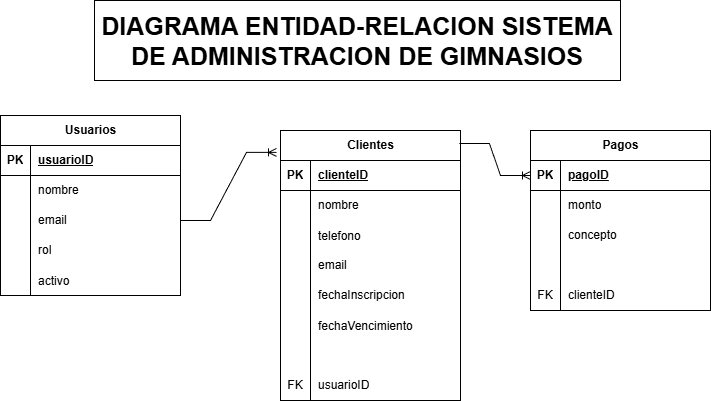
Above: sistemaGym.png in Carlos-777-siuu/gym-api (draw.io), before the change. Source tidied: cells renumbered, new cells last; positions are measured from the earlier drawing's top-left corner, leaving out a move shared by most shapes.
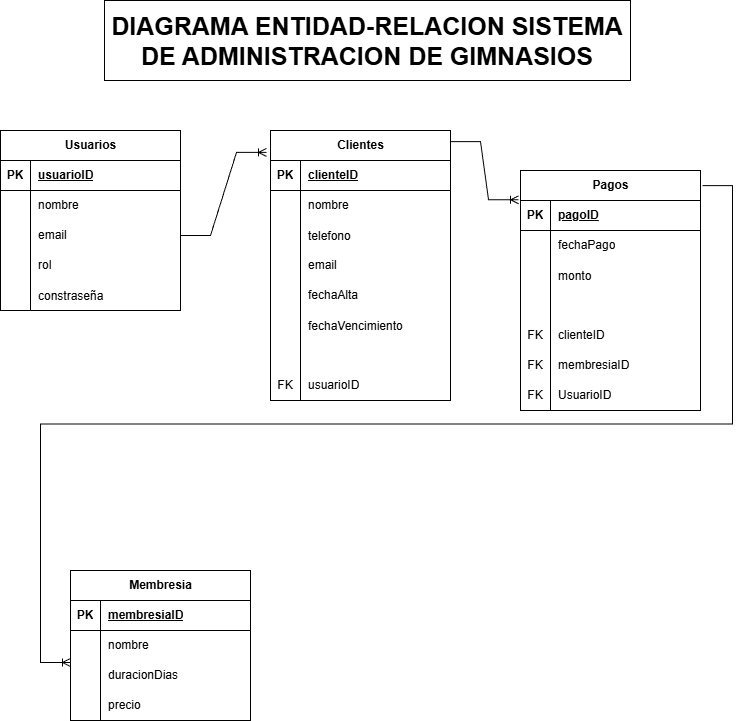
Later version of the same file.

Commit message:
Version mejorada del diagrama entidad relacion

Diff of the diagram source:
```diff
@@ -3,7 +3,7 @@
     <mxCell id="0" />
     <mxCell id="1" parent="0" />
     <mxCell id="2" value="Usuarios" style="shape=table;startSize=30;rowLines=0;fontStyle=1;align=center;html=1;" parent="1" vertex="1">
-      <mxGeometry y="115" width="180" height="180" as="geometry" />
+      <mxGeometry x="-10" y="130" width="180" height="180" as="geometry" />
     </mxCell>
     <mxCell id="3" style="shape=tableRow;horizontal=0;startSize=0;swimlaneHead=0;swimlaneBody=0;fillColor=none;top=0;left=0;right=0;bottom=1;" parent="2" vertex="1">
       <mxGeometry y="30" width="180" height="30" as="geometry" />
@@ -47,11 +47,11 @@
     <mxCell id="16" style="shape=partialRectangle;fillColor=none;top=0;left=0;bottom=0;right=0;overflow=hidden;" parent="15" vertex="1">
       <mxGeometry width="30" height="30" as="geometry" />
     </mxCell>
-    <mxCell id="17" value="activo" style="shape=partialRectangle;fillColor=none;top=0;left=0;bottom=0;right=0;align=left;spacingLeft=6;overflow=hidden;" parent="15" vertex="1">
+    <mxCell id="17" value="constraseña" style="shape=partialRectangle;fillColor=none;top=0;left=0;bottom=0;right=0;align=left;spacingLeft=6;overflow=hidden;" parent="15" vertex="1">
       <mxGeometry x="30" width="150" height="30" as="geometry" />
     </mxCell>
     <mxCell id="18" value="Clientes" style="shape=table;startSize=30;rowLines=0;fontStyle=1;align=center;html=1;" parent="1" vertex="1">
-      <mxGeometry x="280" y="130" width="180" height="270" as="geometry" />
+      <mxGeometry x="260" y="130" width="180" height="270" as="geometry" />
     </mxCell>
     <mxCell id="19" style="shape=tableRow;horizontal=0;startSize=0;swimlaneHead=0;swimlaneBody=0;fillColor=none;top=0;left=0;right=0;bottom=1;" parent="18" vertex="1">
       <mxGeometry y="30" width="180" height="30" as="geometry" />
@@ -95,7 +95,7 @@
     <mxCell id="32" style="shape=partialRectangle;fillColor=none;top=0;left=0;bottom=0;right=0;overflow=hidden;whiteSpace=wrap;html=1;" parent="31" vertex="1">
       <mxGeometry width="30" height="30" as="geometry" />
     </mxCell>
-    <mxCell id="33" value="fechaInscripcion" style="shape=partialRectangle;fillColor=none;top=0;left=0;bottom=0;right=0;align=left;spacingLeft=6;overflow=hidden;whiteSpace=wrap;html=1;" parent="31" vertex="1">
+    <mxCell id="33" value="fechaAlta" style="shape=partialRectangle;fillColor=none;top=0;left=0;bottom=0;right=0;align=left;spacingLeft=6;overflow=hidden;whiteSpace=wrap;html=1;" parent="31" vertex="1">
       <mxGeometry x="30" width="150" height="30" as="geometry" />
     </mxCell>
     <mxCell id="34" style="shape=tableRow;horizontal=0;startSize=0;swimlaneHead=0;swimlaneBody=0;fillColor=none;top=0;left=0;right=0;bottom=0;" parent="18" vertex="1">
@@ -107,13 +107,13 @@
     <mxCell id="36" value="fechaVencimiento" style="shape=partialRectangle;fillColor=none;top=0;left=0;bottom=0;right=0;align=left;spacingLeft=6;overflow=hidden;" parent="34" vertex="1">
       <mxGeometry x="30" width="150" height="30" as="geometry" />
     </mxCell>
-    <mxCell id="37" style="shape=tableRow;horizontal=0;startSize=0;swimlaneHead=0;swimlaneBody=0;fillColor=none;top=0;left=0;right=0;bottom=0;" parent="18" vertex="1">
-      <mxGeometry y="210" width="180" height="30" as="geometry" />
-    </mxCell>
-    <mxCell id="38" style="shape=partialRectangle;fillColor=none;top=0;left=0;bottom=0;right=0;overflow=hidden;" parent="37" vertex="1">
-      <mxGeometry width="30" height="30" as="geometry" />
-    </mxCell>
+    <mxCell id="62" style="shape=tableRow;horizontal=0;startSize=0;swimlaneHead=0;swimlaneBody=0;fillColor=none;top=0;left=0;right=0;bottom=0;" parent="18" vertex="1">
+      <mxGeometry y="210" width="180" height="30" as="geometry" />
+    </mxCell>
+    <mxCell id="63" style="shape=partialRectangle;fillColor=none;top=0;left=0;bottom=0;right=0;overflow=hidden;" parent="62" vertex="1">
+      <mxGeometry width="30" height="30" as="geometry" />
+    </mxCell>
-    <mxCell id="39" style="shape=partialRectangle;fillColor=none;top=0;left=0;bottom=0;right=0;align=left;spacingLeft=6;overflow=hidden;" parent="37" vertex="1">
+    <mxCell id="39" style="shape=partialRectangle;fillColor=none;top=0;left=0;bottom=0;right=0;align=left;spacingLeft=6;overflow=hidden;" parent="62" vertex="1">
       <mxGeometry x="30" width="150" height="30" as="geometry" />
     </mxCell>
     <mxCell id="40" style="shape=tableRow;horizontal=0;startSize=0;swimlaneHead=0;swimlaneBody=0;fillColor=none;top=0;left=0;right=0;bottom=0;" parent="18" vertex="1">
@@ -129,7 +129,7 @@
       <mxGeometry relative="1" as="geometry" />
     </mxCell>
     <mxCell id="44" value="Pagos" style="shape=table;startSize=30;rowLines=0;fontStyle=1;align=center;html=1;" parent="1" vertex="1">
-      <mxGeometry x="530" y="130" width="180" height="180" as="geometry" />
+      <mxGeometry x="510" y="170" width="180" height="240" as="geometry" />
     </mxCell>
     <mxCell id="45" style="shape=tableRow;horizontal=0;startSize=0;swimlaneHead=0;swimlaneBody=0;fillColor=none;points=[[0,0.5],[1,0.5]];portConstraint=eastwest;top=0;left=0;right=0;bottom=1;" parent="44" vertex="1">
       <mxGeometry y="30" width="180" height="30" as="geometry" />
@@ -146,18 +146,18 @@
     <mxCell id="49" style="shape=partialRectangle;fillColor=none;top=0;left=0;bottom=0;right=0;overflow=hidden;whiteSpace=wrap;html=1;" parent="48" vertex="1">
       <mxGeometry width="30" height="30" as="geometry" />
     </mxCell>
-    <mxCell id="50" value="monto" style="shape=partialRectangle;fillColor=none;top=0;left=0;bottom=0;right=0;align=left;spacingLeft=6;overflow=hidden;whiteSpace=wrap;html=1;" parent="48" vertex="1">
+    <mxCell id="50" value="fechaPago" style="shape=partialRectangle;fillColor=none;top=0;left=0;bottom=0;right=0;align=left;spacingLeft=6;overflow=hidden;whiteSpace=wrap;html=1;" parent="48" vertex="1">
       <mxGeometry x="30" width="150" height="30" as="geometry" />
     </mxCell>
-    <mxCell id="51" style="shape=tableRow;horizontal=0;startSize=0;swimlaneHead=0;swimlaneBody=0;fillColor=none;top=0;left=0;right=0;bottom=0;" parent="44" vertex="1">
-      <mxGeometry y="90" width="180" height="30" as="geometry" />
-    </mxCell>
-    <mxCell id="52" style="shape=partialRectangle;fillColor=none;top=0;left=0;bottom=0;right=0;overflow=hidden;whiteSpace=wrap;html=1;" parent="51" vertex="1">
-      <mxGeometry width="30" height="30" as="geometry" />
-    </mxCell>
-    <mxCell id="53" value="concepto" style="shape=partialRectangle;fillColor=none;top=0;left=0;bottom=0;right=0;align=left;spacingLeft=6;overflow=hidden;whiteSpace=wrap;html=1;" parent="51" vertex="1">
-      <mxGeometry x="30" width="150" height="30" as="geometry" />
-    </mxCell>
+    <mxCell id="64" style="shape=tableRow;horizontal=0;startSize=0;swimlaneHead=0;swimlaneBody=0;fillColor=none;top=0;left=0;right=0;bottom=0;" parent="44" vertex="1">
+      <mxGeometry y="90" width="180" height="30" as="geometry" />
+    </mxCell>
+    <mxCell id="65" style="shape=partialRectangle;fillColor=none;top=0;left=0;bottom=0;right=0;overflow=hidden;" parent="64" vertex="1">
+      <mxGeometry width="30" height="30" as="geometry" />
+    </mxCell>
+    <mxCell id="66" value="monto" style="shape=partialRectangle;fillColor=none;top=0;left=0;bottom=0;right=0;align=left;spacingLeft=6;overflow=hidden;" parent="64" vertex="1">
+      <mxGeometry x="30" width="150" height="30" as="geometry" />
+    </mxCell>
     <mxCell id="54" style="shape=tableRow;horizontal=0;startSize=0;swimlaneHead=0;swimlaneBody=0;fillColor=none;top=0;left=0;right=0;bottom=0;" parent="44" vertex="1">
       <mxGeometry y="120" width="180" height="30" as="geometry" />
     </mxCell>
@@ -176,11 +176,73 @@
     <mxCell id="59" value="clienteID" style="shape=partialRectangle;fillColor=none;top=0;left=0;bottom=0;right=0;align=left;spacingLeft=6;fontStyle=0;overflow=hidden;whiteSpace=wrap;html=1;" parent="57" vertex="1">
       <mxGeometry x="30" width="150" height="30" as="geometry" />
     </mxCell>
+    <mxCell id="67" style="shape=tableRow;horizontal=0;startSize=0;swimlaneHead=0;swimlaneBody=0;fillColor=none;top=0;left=0;right=0;bottom=0;" parent="44" vertex="1">
+      <mxGeometry y="180" width="180" height="30" as="geometry" />
+    </mxCell>
+    <mxCell id="68" value="FK" style="shape=partialRectangle;fillColor=none;top=0;left=0;bottom=0;right=0;fontStyle=0;overflow=hidden;whiteSpace=wrap;html=1;" parent="67" vertex="1">
+      <mxGeometry width="30" height="30" as="geometry" />
+    </mxCell>
+    <mxCell id="69" value="membresiaID" style="shape=partialRectangle;fillColor=none;top=0;left=0;bottom=0;right=0;align=left;spacingLeft=6;fontStyle=0;overflow=hidden;whiteSpace=wrap;html=1;" parent="67" vertex="1">
+      <mxGeometry x="30" width="150" height="30" as="geometry" />
+    </mxCell>
+    <mxCell id="70" style="shape=tableRow;horizontal=0;startSize=0;swimlaneHead=0;swimlaneBody=0;fillColor=none;top=0;left=0;right=0;bottom=0;" parent="44" vertex="1">
+      <mxGeometry y="210" width="180" height="30" as="geometry" />
+    </mxCell>
+    <mxCell id="71" value="FK" style="shape=partialRectangle;fillColor=none;top=0;left=0;bottom=0;right=0;fontStyle=0;overflow=hidden;whiteSpace=wrap;html=1;" parent="70" vertex="1">
+      <mxGeometry width="30" height="30" as="geometry" />
+    </mxCell>
+    <mxCell id="72" value="UsuarioID" style="shape=partialRectangle;fillColor=none;top=0;left=0;bottom=0;right=0;align=left;spacingLeft=6;fontStyle=0;overflow=hidden;whiteSpace=wrap;html=1;" parent="70" vertex="1">
+      <mxGeometry x="30" width="150" height="30" as="geometry" />
+    </mxCell>
     <mxCell id="60" value="&lt;font style=&quot;font-size: 25px;&quot;&gt;&lt;b&gt;DIAGRAMA ENTIDAD-RELACION SISTEMA DE ADMINISTRACION DE GIMNASIOS&lt;/b&gt;&lt;/font&gt;" style="rounded=0;whiteSpace=wrap;html=1;" parent="1" vertex="1">
       <mxGeometry x="94" width="526" height="80" as="geometry" />
     </mxCell>
-    <mxCell id="61" style="edgeStyle=entityRelationEdgeStyle;fontSize=12;html=1;endArrow=ERoneToMany;rounded=0;entryX=0;entryY=0.5;entryDx=0;entryDy=0;exitX=0.994;exitY=0.048;exitDx=0;exitDy=0;exitPerimeter=0;" parent="1" edge="1" source="18" target="45">
-      <mxGeometry relative="1" as="geometry" />
-    </mxCell>
+    <mxCell id="73" style="edgeStyle=entityRelationEdgeStyle;fontSize=12;html=1;endArrow=ERoneToMany;rounded=0;exitX=1;exitY=0.041;exitDx=0;exitDy=0;exitPerimeter=0;entryX=-0.011;entryY=0.122;entryDx=0;entryDy=0;entryPerimeter=0;" parent="1" edge="1" source="18" target="44">
+      <mxGeometry relative="1" as="geometry" />
+    </mxCell>
+    <mxCell id="74" style="edgeStyle=entityRelationEdgeStyle;fontSize=12;html=1;endArrow=ERoneToMany;rounded=0;exitX=1.011;exitY=0.063;exitDx=0;exitDy=0;exitPerimeter=0;" parent="1" edge="1" source="44">
+      <mxGeometry relative="1" as="geometry">
+        <mxPoint x="60" y="662" as="targetPoint" />
+      </mxGeometry>
+    </mxCell>
+    <mxCell id="75" value="Membresia" style="shape=table;startSize=30;rowLines=0;fontStyle=1;align=center;html=1;" parent="1" vertex="1">
+      <mxGeometry x="60" y="570" width="180" height="150" as="geometry" />
+    </mxCell>
+    <mxCell id="76" style="shape=tableRow;horizontal=0;startSize=0;swimlaneHead=0;swimlaneBody=0;fillColor=none;top=0;left=0;right=0;bottom=1;" parent="75" vertex="1">
+      <mxGeometry y="30" width="180" height="30" as="geometry" />
+    </mxCell>
+    <mxCell id="77" value="PK" style="shape=partialRectangle;fillColor=none;top=0;left=0;bottom=0;right=0;fontStyle=1;overflow=hidden;whiteSpace=wrap;html=1;" parent="76" vertex="1">
+      <mxGeometry width="30" height="30" as="geometry" />
+    </mxCell>
+    <mxCell id="78" value="membresiaID" style="shape=partialRectangle;fillColor=none;top=0;left=0;bottom=0;right=0;align=left;spacingLeft=6;fontStyle=5;overflow=hidden;whiteSpace=wrap;html=1;" parent="76" vertex="1">
+      <mxGeometry x="30" width="150" height="30" as="geometry" />
+    </mxCell>
+    <mxCell id="79" style="shape=tableRow;horizontal=0;startSize=0;swimlaneHead=0;swimlaneBody=0;fillColor=none;top=0;left=0;right=0;bottom=0;" parent="75" vertex="1">
+      <mxGeometry y="60" width="180" height="30" as="geometry" />
+    </mxCell>
+    <mxCell id="80" style="shape=partialRectangle;fillColor=none;top=0;left=0;bottom=0;right=0;overflow=hidden;whiteSpace=wrap;html=1;" parent="79" vertex="1">
+      <mxGeometry width="30" height="30" as="geometry" />
+    </mxCell>
+    <mxCell id="81" value="nombre" style="shape=partialRectangle;fillColor=none;top=0;left=0;bottom=0;right=0;align=left;spacingLeft=6;overflow=hidden;whiteSpace=wrap;html=1;" parent="79" vertex="1">
+      <mxGeometry x="30" width="150" height="30" as="geometry" />
+    </mxCell>
+    <mxCell id="82" style="shape=tableRow;horizontal=0;startSize=0;swimlaneHead=0;swimlaneBody=0;fillColor=none;top=0;left=0;right=0;bottom=0;" parent="75" vertex="1">
+      <mxGeometry y="90" width="180" height="30" as="geometry" />
+    </mxCell>
+    <mxCell id="83" style="shape=partialRectangle;fillColor=none;top=0;left=0;bottom=0;right=0;overflow=hidden;whiteSpace=wrap;html=1;" parent="82" vertex="1">
+      <mxGeometry width="30" height="30" as="geometry" />
+    </mxCell>
+    <mxCell id="84" value="duracionDias" style="shape=partialRectangle;fillColor=none;top=0;left=0;bottom=0;right=0;align=left;spacingLeft=6;overflow=hidden;whiteSpace=wrap;html=1;" parent="82" vertex="1">
+      <mxGeometry x="30" width="150" height="30" as="geometry" />
+    </mxCell>
+    <mxCell id="85" style="shape=tableRow;horizontal=0;startSize=0;swimlaneHead=0;swimlaneBody=0;fillColor=none;top=0;left=0;right=0;bottom=0;" parent="75" vertex="1">
+      <mxGeometry y="120" width="180" height="30" as="geometry" />
+    </mxCell>
+    <mxCell id="86" style="shape=partialRectangle;fillColor=none;top=0;left=0;bottom=0;right=0;overflow=hidden;whiteSpace=wrap;html=1;" parent="85" vertex="1">
+      <mxGeometry width="30" height="30" as="geometry" />
+    </mxCell>
+    <mxCell id="87" value="precio" style="shape=partialRectangle;fillColor=none;top=0;left=0;bottom=0;right=0;align=left;spacingLeft=6;overflow=hidden;whiteSpace=wrap;html=1;" parent="85" vertex="1">
+      <mxGeometry x="30" width="150" height="30" as="geometry" />
+    </mxCell>
   </root>
 </mxGraphModel>
```
